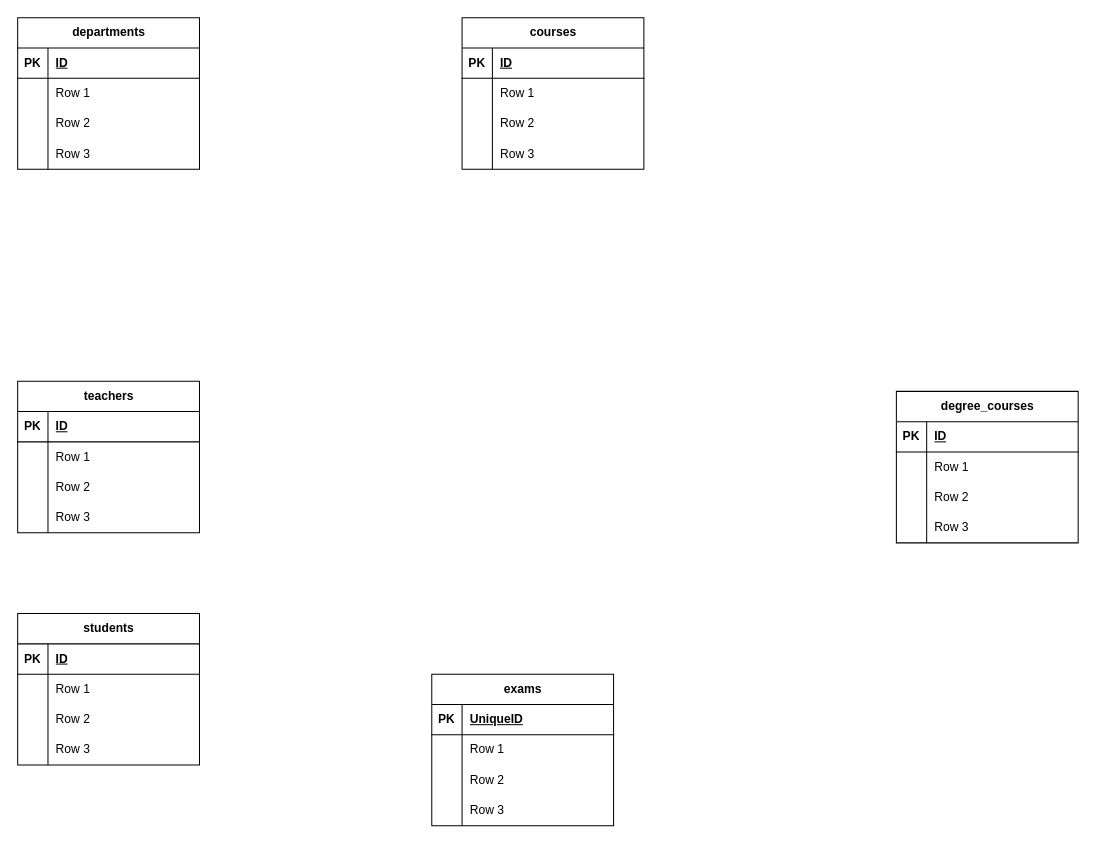
The draw.io diagram schema.drawio in assettasimone/db-university, before the edit. Source tidied: cells renumbered, new cells numbered last; positions are measured from the earlier drawing's top-left corner, leaving out a move shared by most shapes. Both pictures are drawn from the tidied source at 101%, with x=0, y=0 at pixel (17, 17).
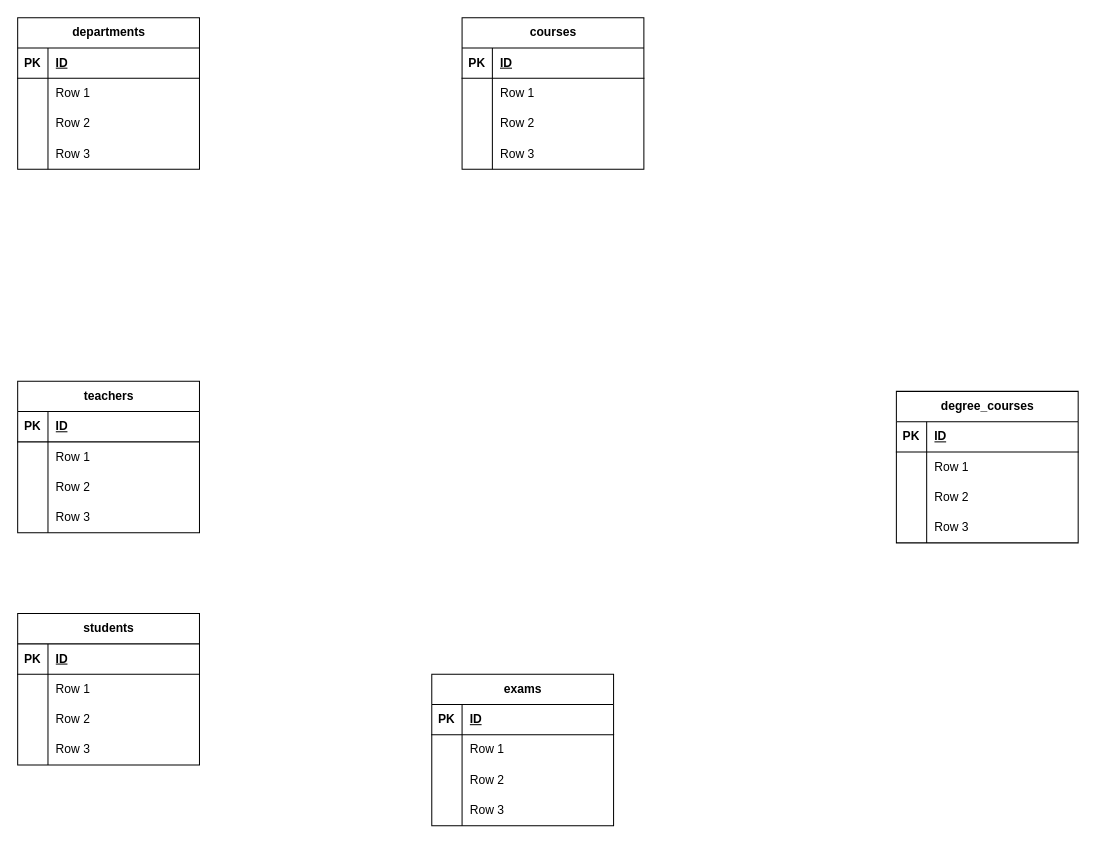
After the change.

The change refers to these unchanged cells:
```xml
<mxCell id="68" style="shape=tableRow;horizontal=0;startSize=0;swimlaneHead=0;swimlaneBody=0;fillColor=none;top=0;left=0;right=0;bottom=1;" parent="67" vertex="1">
  <mxGeometry y="30" width="180" height="30" as="geometry" />
</mxCell>
```

Change to the diagram source:
```diff
@@
-    <mxCell id="70" value="UniqueID" style="shape=partialRectangle;fillColor=none;top=0;left=0;bottom=0;right=0;align=left;spacingLeft=6;fontStyle=5;overflow=hidden;whiteSpace=wrap;html=1;" parent="68" vertex="1">
+    <mxCell id="70" value="ID" style="shape=partialRectangle;fillColor=none;top=0;left=0;bottom=0;right=0;align=left;spacingLeft=6;fontStyle=5;overflow=hidden;whiteSpace=wrap;html=1;" parent="68" vertex="1">
       <mxGeometry x="30" width="150" height="30" as="geometry" />
     </mxCell>
```
